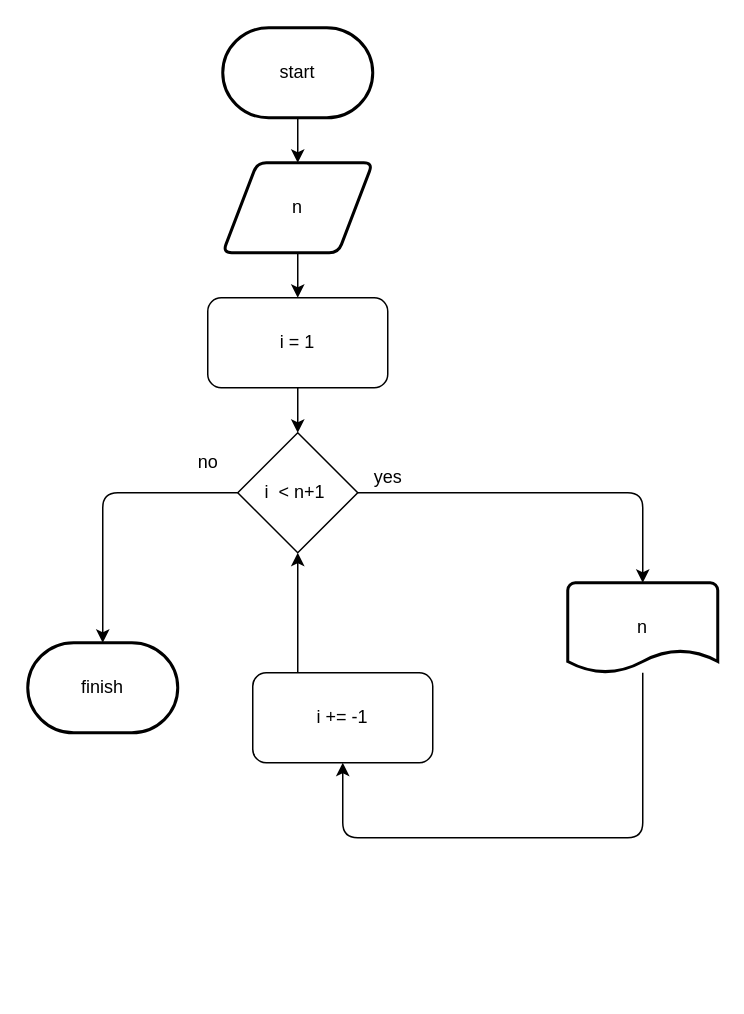
The draw.io diagram stage/03_loop/2742.drawio in Gyeongrok-Oh/boj, before the edit. Source tidied: cells renumbered, new cells numbered last; positions are measured from the earlier drawing's top-left corner, leaving out a move shared by most shapes. Both pictures are drawn from the tidied source at 150%, with x=0, y=0 at pixel (27, 27).
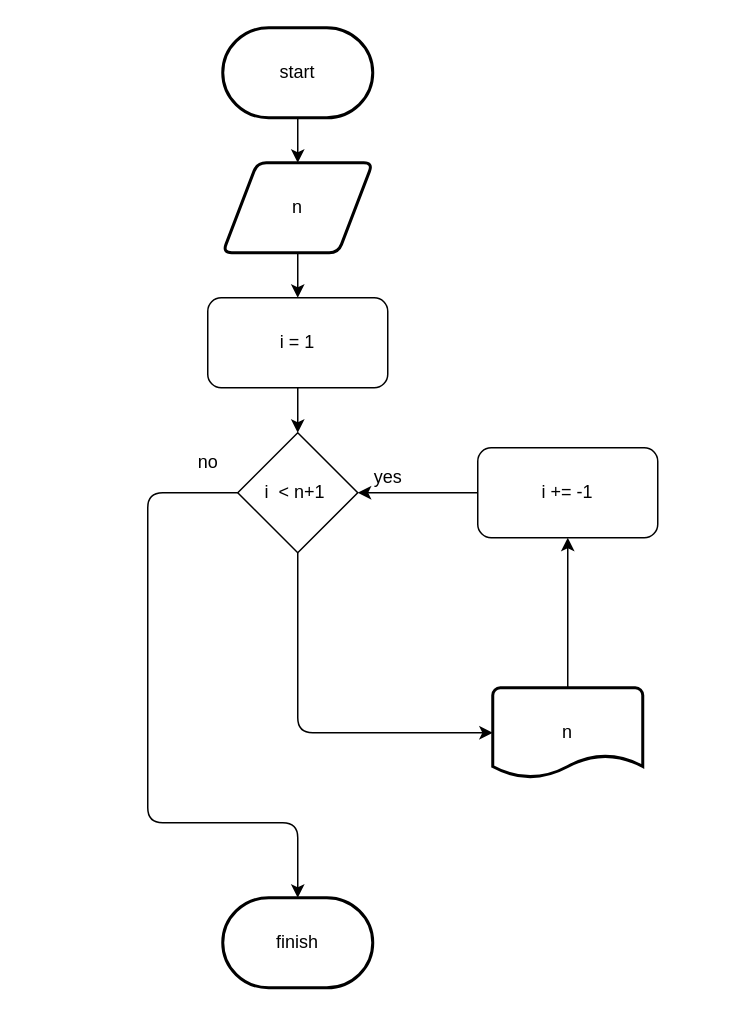
The same diagram, later.

Unchanged cells that the change refers to:
```xml
<mxCell id="10" value="i&amp;nbsp; &amp;lt; n+1&amp;nbsp;" style="rhombus;whiteSpace=wrap;html=1;" parent="1" vertex="1">
  <mxGeometry x="140" y="270" width="80" height="80" as="geometry" />
</mxCell>
```

What changed in the source:
```diff
@@
-    <mxCell id="8" style="edgeStyle=none;html=1;" parent="1" edge="1" source="10">
-      <mxGeometry relative="1" as="geometry">
-        <mxPoint x="410" y="370" as="targetPoint" />
-        <Array as="points">
-          <mxPoint x="380" y="310" />
-          <mxPoint x="410" y="310" />
-        </Array>
-      </mxGeometry>
-    </mxCell>
-    <mxCell id="9" style="edgeStyle=none;html=1;" parent="1" edge="1" source="10">
-      <mxGeometry relative="1" as="geometry">
-        <mxPoint x="50" y="410" as="targetPoint" />
-        <Array as="points">
-          <mxPoint x="50" y="310" />
-        </Array>
-      </mxGeometry>
-    </mxCell>
+    <mxCell id="18" style="edgeStyle=none;html=1;entryX=0;entryY=0.5;entryDx=0;entryDy=0;entryPerimeter=0;" parent="1" edge="1" source="10" target="15">
+      <mxGeometry relative="1" as="geometry">
+        <Array as="points">
+          <mxPoint x="180" y="470" />
+        </Array>
+      </mxGeometry>
+    </mxCell>
+    <mxCell id="19" style="edgeStyle=none;html=1;entryX=0.5;entryY=0;entryDx=0;entryDy=0;entryPerimeter=0;" parent="1" edge="1" source="10" target="13">
+      <mxGeometry relative="1" as="geometry">
+        <Array as="points">
+          <mxPoint x="80" y="310" />
+          <mxPoint x="80" y="530" />
+          <mxPoint x="180" y="530" />
+        </Array>
+      </mxGeometry>
+    </mxCell>
@@
     <mxCell id="13" value="finish" style="strokeWidth=2;html=1;shape=mxgraph.flowchart.terminator;whiteSpace=wrap;" parent="1" vertex="1">
-      <mxGeometry y="410" width="100" height="60" as="geometry" />
+      <mxGeometry x="130" y="580" width="100" height="60" as="geometry" />
     </mxCell>
     <mxCell id="14" style="edgeStyle=none;html=1;entryX=0.5;entryY=1;entryDx=0;entryDy=0;" parent="1" edge="1" source="15" target="17">
-      <mxGeometry relative="1" as="geometry">
-        <Array as="points">
-          <mxPoint x="410" y="540" />
-          <mxPoint x="210" y="540" />
-        </Array>
-      </mxGeometry>
+      <mxGeometry relative="1" as="geometry" />
     </mxCell>
     <mxCell id="15" value="n" style="strokeWidth=2;html=1;shape=mxgraph.flowchart.document2;whiteSpace=wrap;size=0.25;" parent="1" vertex="1">
-      <mxGeometry x="360" y="370" width="100" height="60" as="geometry" />
+      <mxGeometry x="310" y="440" width="100" height="60" as="geometry" />
     </mxCell>
-    <mxCell id="16" style="edgeStyle=none;html=1;entryX=0.5;entryY=1;entryDx=0;entryDy=0;exitX=0.25;exitY=0;exitDx=0;exitDy=0;" parent="1" edge="1" source="17" target="10">
+    <mxCell id="16" style="edgeStyle=none;html=1;entryX=1;entryY=0.5;entryDx=0;entryDy=0;" parent="1" edge="1" source="17" target="10">
       <mxGeometry relative="1" as="geometry" />
     </mxCell>
     <mxCell id="17" value="i += -1" style="rounded=1;whiteSpace=wrap;html=1;" parent="1" vertex="1">
-      <mxGeometry x="150" y="430" width="120" height="60" as="geometry" />
+      <mxGeometry x="300" y="280" width="120" height="60" as="geometry" />
     </mxCell>
```
